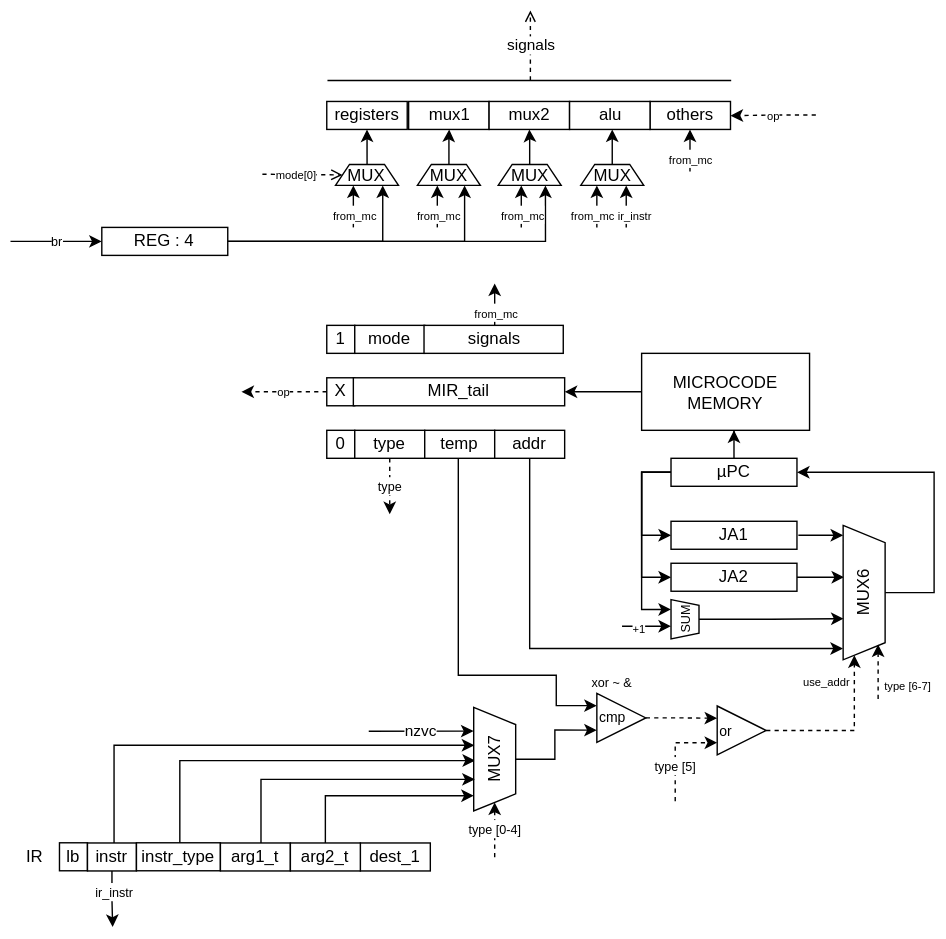
Before: docs/CU.svg, a diagram exported from draw.io (Not-N0w/csa-lab4). Source tidied: cells renumbered, new cells last; positions are measured from the earlier drawing's top-left corner, leaving out a move shared by most shapes.
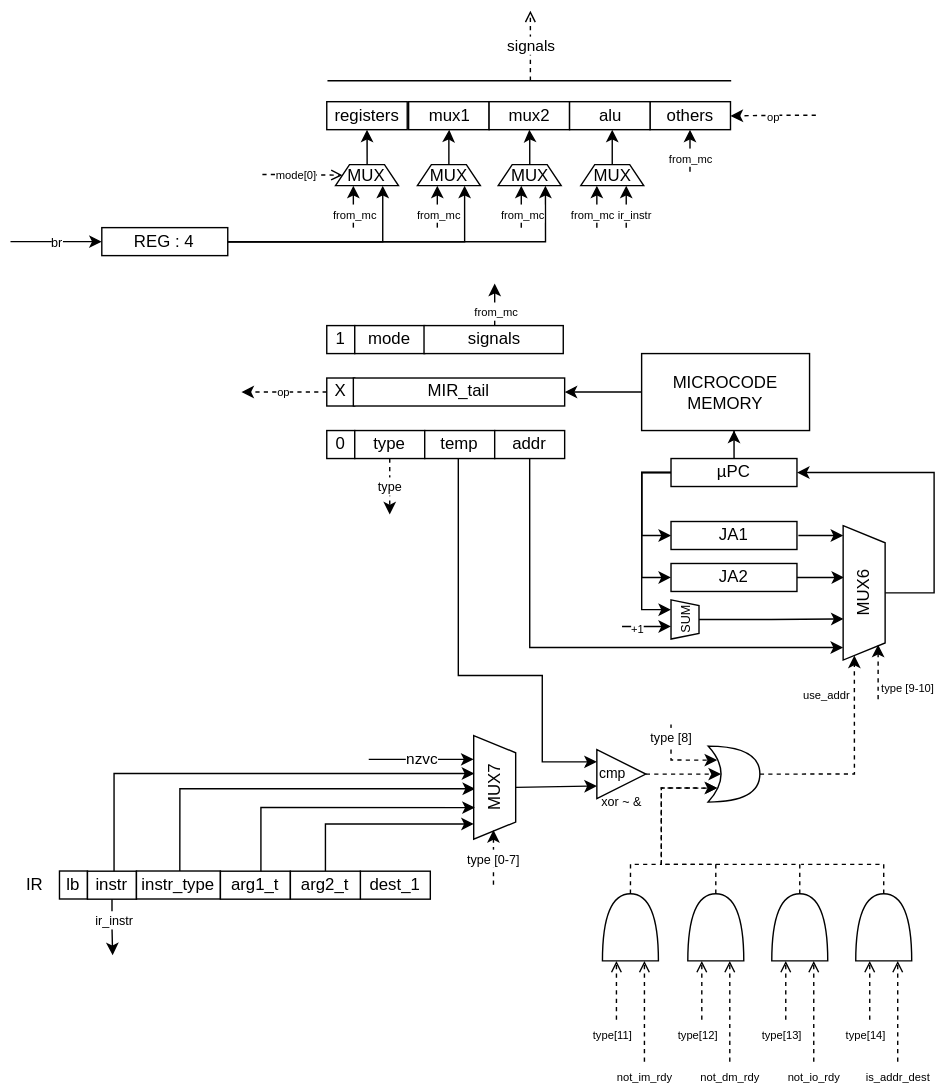
Above is the later version.

Diff of the diagram source:
```diff
@@ -9,7 +9,7 @@
       <mxGeometry x="451" y="245" width="120" height="55" as="geometry" />
     </mxCell>
     <mxCell id="4" value="&lt;font style=&quot;font-size: 8px;&quot;&gt;op&lt;/font&gt;" style="edgeStyle=orthogonalEdgeStyle;rounded=0;jettySize=auto;html=1;dashed=1;" parent="1" edge="1" source="5">
-      <mxGeometry relative="1" as="geometry">
+      <mxGeometry x="-0.01" relative="1" as="geometry">
         <mxPoint x="165" y="272.5" as="targetPoint" />
       </mxGeometry>
     </mxCell>
@@ -91,8 +91,8 @@
       <mxGeometry relative="1" as="geometry">
         <Array as="points">
           <mxPoint x="320" y="475" />
-          <mxPoint x="390" y="475" />
-          <mxPoint x="390" y="497" />
+          <mxPoint x="380" y="475" />
+          <mxPoint x="380" y="537" />
         </Array>
       </mxGeometry>
     </mxCell>
@@ -112,89 +112,89 @@
       </mxGeometry>
     </mxCell>
     <mxCell id="25" value="lb" style="rounded=0;whiteSpace=wrap;html=1;" parent="1" vertex="1">
-      <mxGeometry x="35" y="594.8" width="20" height="20" as="geometry" />
+      <mxGeometry x="35" y="614.8" width="20" height="20" as="geometry" />
     </mxCell>
     <mxCell id="26" value="&lt;font style=&quot;font-size: 9px;&quot;&gt;ir_instr&lt;/font&gt;" style="edgeStyle=orthogonalEdgeStyle;rounded=0;jettySize=auto;html=1;" parent="1" edge="1" source="27">
       <mxGeometry x="-0.26" relative="1" as="geometry">
-        <mxPoint x="73" y="655" as="targetPoint" />
+        <mxPoint x="73" y="675" as="targetPoint" />
         <mxPoint x="1" as="offset" />
       </mxGeometry>
     </mxCell>
     <mxCell id="27" value="instr" style="rounded=0;whiteSpace=wrap;html=1;" parent="1" vertex="1">
-      <mxGeometry x="55" y="594.9" width="35" height="20" as="geometry" />
+      <mxGeometry x="55" y="614.9" width="35" height="20" as="geometry" />
     </mxCell>
     <mxCell id="28" style="edgeStyle=orthogonalEdgeStyle;rounded=0;orthogonalLoop=1;jettySize=auto;html=1;entryX=0.5;entryY=1;entryDx=0;entryDy=0;" parent="1" edge="1">
       <mxGeometry relative="1" as="geometry">
-        <mxPoint x="121" y="595.8" as="sourcePoint" />
-        <mxPoint x="332" y="536" as="targetPoint" />
+        <mxPoint x="121" y="615.8" as="sourcePoint" />
+        <mxPoint x="332" y="556" as="targetPoint" />
         <Array as="points">
-          <mxPoint x="121" y="536" />
+          <mxPoint x="121" y="556" />
         </Array>
       </mxGeometry>
     </mxCell>
     <mxCell id="29" value="instr_type" style="rounded=0;whiteSpace=wrap;html=1;" parent="1" vertex="1">
-      <mxGeometry x="90" y="594.8" width="60" height="20" as="geometry" />
+      <mxGeometry x="90" y="614.8" width="60" height="20" as="geometry" />
     </mxCell>
     <mxCell id="30" value="dest_1" style="rounded=0;whiteSpace=wrap;html=1;" parent="1" vertex="1">
-      <mxGeometry x="250" y="594.9" width="50" height="20" as="geometry" />
+      <mxGeometry x="250" y="614.9" width="50" height="20" as="geometry" />
     </mxCell>
     <mxCell id="31" value="arg1_t" style="rounded=0;whiteSpace=wrap;html=1;" parent="1" vertex="1">
-      <mxGeometry x="150" y="594.9" width="50" height="20" as="geometry" />
+      <mxGeometry x="150" y="614.9" width="50" height="20" as="geometry" />
     </mxCell>
     <mxCell id="32" style="edgeStyle=orthogonalEdgeStyle;rounded=0;jettySize=auto;html=1;entryX=0.853;entryY=0.997;entryDx=0;entryDy=0;entryPerimeter=0;" parent="1" edge="1" source="33" target="36">
       <mxGeometry relative="1" as="geometry">
         <Array as="points">
-          <mxPoint x="225" y="561" />
+          <mxPoint x="225" y="581" />
         </Array>
       </mxGeometry>
     </mxCell>
     <mxCell id="33" value="arg2_t" style="rounded=0;whiteSpace=wrap;html=1;" parent="1" vertex="1">
-      <mxGeometry x="200" y="594.9" width="50" height="20" as="geometry" />
+      <mxGeometry x="200" y="614.9" width="50" height="20" as="geometry" />
     </mxCell>
     <mxCell id="34" value="IR" style="text;html=1;whiteSpace=wrap;strokeColor=none;fillColor=none;align=center;verticalAlign=middle;rounded=0;" parent="1" vertex="1">
-      <mxGeometry x="5" y="590" width="25" height="30" as="geometry" />
+      <mxGeometry x="5" y="609.8" width="25" height="30" as="geometry" />
     </mxCell>
-    <mxCell id="35" style="edgeStyle=orthogonalEdgeStyle;rounded=0;jettySize=auto;html=1;entryX=0;entryY=0.75;entryDx=0;entryDy=0;" parent="1" edge="1" source="36" target="43">
+    <mxCell id="35" style="edgeStyle=orthogonalEdgeStyle;rounded=0;jettySize=auto;html=1;entryX=0;entryY=0.75;entryDx=0;entryDy=0;exitX=0.5;exitY=0;exitDx=0;exitDy=0;" parent="1" edge="1" source="36" target="43">
       <mxGeometry relative="1" as="geometry">
         <Array as="points">
-          <mxPoint x="389" y="535" />
-          <mxPoint x="389" y="515" />
-          <mxPoint x="419" y="515" />
+          <mxPoint x="361" y="554" />
+          <mxPoint x="419" y="554" />
         </Array>
       </mxGeometry>
     </mxCell>
     <mxCell id="36" value="MUX7" style="shape=trapezoid;perimeter=trapezoidPerimeter;whiteSpace=wrap;html=1;fixedSize=1;direction=west;rotation=-90;size=12.239999999999782;" parent="1" vertex="1">
-      <mxGeometry x="309" y="520" width="74" height="30" as="geometry" />
+      <mxGeometry x="309" y="540" width="74" height="30" as="geometry" />
     </mxCell>
     <mxCell id="37" style="edgeStyle=orthogonalEdgeStyle;rounded=0;jettySize=auto;html=1;entryX=0.695;entryY=0.973;entryDx=0;entryDy=0;entryPerimeter=0;" parent="1" edge="1" source="31" target="36">
       <mxGeometry relative="1" as="geometry">
         <Array as="points">
-          <mxPoint x="179" y="549" />
+          <mxPoint x="179" y="569" />
         </Array>
       </mxGeometry>
     </mxCell>
     <mxCell id="38" style="edgeStyle=orthogonalEdgeStyle;rounded=0;jettySize=auto;html=1;entryX=0.366;entryY=0.985;entryDx=0;entryDy=0;entryPerimeter=0;" parent="1" edge="1" source="27" target="36">
       <mxGeometry relative="1" as="geometry">
         <Array as="points">
-          <mxPoint x="74" y="525" />
+          <mxPoint x="74" y="545" />
         </Array>
       </mxGeometry>
     </mxCell>
     <mxCell id="39" value="nzvc" style="endArrow=classic;html=1;rounded=0;entryX=0.229;entryY=1.07;entryDx=0;entryDy=0;entryPerimeter=0;" parent="1" edge="1">
       <mxGeometry relative="1" as="geometry">
-        <mxPoint x="256" y="515" as="sourcePoint" />
-        <mxPoint x="330.9" y="514.9" as="targetPoint" />
+        <mxPoint x="256" y="535" as="sourcePoint" />
+        <mxPoint x="330.9" y="534.9" as="targetPoint" />
       </mxGeometry>
     </mxCell>
-    <mxCell id="40" value="&lt;font style=&quot;font-size: 9px;&quot;&gt;type [0-4]&lt;/font&gt;" style="edgeStyle=orthogonalEdgeStyle;rounded=0;jettySize=auto;html=1;dashed=1;entryX=1;entryY=0.5;entryDx=0;entryDy=0;" parent="1" edge="1" target="36">
-      <mxGeometry relative="1" as="geometry">
-        <mxPoint x="346" y="605" as="sourcePoint" />
+    <mxCell id="40" value="&lt;font style=&quot;font-size: 9px;&quot;&gt;type [0-7&lt;/font&gt;&lt;span style=&quot;font-size: 9px; background-color: light-dark(#ffffff, var(--ge-dark-color, #121212)); color: light-dark(rgb(0, 0, 0), rgb(255, 255, 255));&quot;&gt;]&lt;/span&gt;" style="edgeStyle=orthogonalEdgeStyle;rounded=0;orthogonalLoop=1;jettySize=auto;html=1;dashed=1;entryX=1;entryY=0.5;entryDx=0;entryDy=0;" parent="1" edge="1">
+      <mxGeometry x="-0.02" relative="1" as="geometry">
+        <mxPoint x="345.1" y="624.6" as="sourcePoint" />
+        <mxPoint x="345.1" y="585.4" as="targetPoint" />
         <Array as="points">
-          <mxPoint x="346" y="605" />
+          <mxPoint x="345.1" y="624.6" />
         </Array>
       </mxGeometry>
     </mxCell>
-    <mxCell id="41" value="&lt;font style=&quot;font-size: 8px;&quot;&gt;type [6-7]&lt;/font&gt;" style="edgeStyle=orthogonalEdgeStyle;rounded=0;orthogonalLoop=1;jettySize=auto;html=1;dashed=1;entryX=1;entryY=0.5;entryDx=0;entryDy=0;" parent="1" edge="1">
+    <mxCell id="41" value="&lt;font style=&quot;font-size: 8px;&quot;&gt;type [9-10]&lt;/font&gt;" style="edgeStyle=orthogonalEdgeStyle;rounded=0;orthogonalLoop=1;jettySize=auto;html=1;dashed=1;entryX=1;entryY=0.5;entryDx=0;entryDy=0;" parent="1" edge="1">
       <mxGeometry x="-0.5" y="-21" relative="1" as="geometry">
         <mxPoint x="620" y="492" as="sourcePoint" />
         <mxPoint x="620" y="453" as="targetPoint" />
@@ -203,31 +203,32 @@
         </Array>
       </mxGeometry>
     </mxCell>
-    <mxCell id="42" style="edgeStyle=orthogonalEdgeStyle;rounded=0;jettySize=auto;html=1;entryX=0;entryY=0.25;entryDx=0;entryDy=0;dashed=1;" parent="1" edge="1" source="43" target="47">
+    <mxCell id="42" style="edgeStyle=orthogonalEdgeStyle;rounded=0;jettySize=auto;html=1;dashed=1;entryX=0.25;entryY=0.5;entryDx=0;entryDy=0;entryPerimeter=0;" parent="1" edge="1" source="43" target="107">
       <mxGeometry relative="1" as="geometry" />
     </mxCell>
     <mxCell id="43" value="&lt;font style=&quot;font-size: 10px;&quot;&gt;cmp&lt;/font&gt;" style="triangle;whiteSpace=wrap;html=1;align=left;" parent="1" vertex="1">
-      <mxGeometry x="419" y="488" width="35" height="35" as="geometry" />
+      <mxGeometry x="419" y="528" width="35" height="35" as="geometry" />
     </mxCell>
     <mxCell id="44" value="&lt;font style=&quot;font-size: 9px;&quot;&gt;xor ~ &amp;amp;&lt;/font&gt;" style="text;html=1;whiteSpace=wrap;strokeColor=none;fillColor=none;align=center;verticalAlign=middle;rounded=0;" parent="1" vertex="1">
-      <mxGeometry x="400" y="465" width="60" height="30" as="geometry" />
+      <mxGeometry x="406.5" y="550" width="60" height="30" as="geometry" />
     </mxCell>
-    <mxCell id="45" style="edgeStyle=orthogonalEdgeStyle;rounded=0;jettySize=auto;html=1;dashed=1;entryX=1;entryY=0.75;entryDx=0;entryDy=0;" parent="1" edge="1" source="47" target="16">
-      <mxGeometry relative="1" as="geometry" />
+    <mxCell id="45" style="edgeStyle=orthogonalEdgeStyle;rounded=0;jettySize=auto;html=1;dashed=1;entryX=1;entryY=0.75;entryDx=0;entryDy=0;exitX=1;exitY=0.5;exitDx=0;exitDy=0;exitPerimeter=0;" parent="1" edge="1" source="107" target="16">
+      <mxGeometry relative="1" as="geometry">
+        <Array as="points">
+          <mxPoint x="603" y="546" />
+        </Array>
+      </mxGeometry>
     </mxCell>
     <mxCell id="46" value="&lt;font style=&quot;font-size: 8px;&quot;&gt;use_addr&lt;/font&gt;" style="edgeLabel;html=1;align=center;verticalAlign=middle;" parent="45" vertex="1">
       <mxGeometry x="0.52" y="1" relative="1" as="geometry">
         <mxPoint x="-20" y="-10" as="offset" />
       </mxGeometry>
     </mxCell>
-    <mxCell id="47" value="&lt;font style=&quot;font-size: 10px;&quot;&gt;or&lt;/font&gt;" style="triangle;whiteSpace=wrap;html=1;align=left;" parent="1" vertex="1">
-      <mxGeometry x="505" y="497" width="35" height="35" as="geometry" />
-    </mxCell>
-    <mxCell id="48" value="&lt;font style=&quot;font-size: 9px;&quot;&gt;type [5]&lt;/font&gt;" style="edgeStyle=orthogonalEdgeStyle;rounded=0;jettySize=auto;html=1;dashed=1;entryX=0;entryY=0.75;entryDx=0;entryDy=0;" parent="1" edge="1" target="47">
-      <mxGeometry x="-0.3" relative="1" as="geometry">
-        <mxPoint x="475" y="565" as="sourcePoint" />
+    <mxCell id="48" value="&lt;font style=&quot;font-size: 9px;&quot;&gt;type [8]&lt;/font&gt;" style="edgeStyle=orthogonalEdgeStyle;rounded=0;jettySize=auto;html=1;dashed=1;entryX=0.175;entryY=0.25;entryDx=0;entryDy=0;entryPerimeter=0;" parent="1" edge="1" target="107">
+      <mxGeometry x="-0.66" relative="1" as="geometry">
+        <mxPoint x="472" y="510" as="sourcePoint" />
         <Array as="points">
-          <mxPoint x="475" y="523" />
+          <mxPoint x="472" y="536" />
         </Array>
       </mxGeometry>
     </mxCell>
@@ -424,5 +425,102 @@
         <mxPoint x="514.5" y="75.2" as="targetPoint" />
       </mxGeometry>
     </mxCell>
+    <mxCell id="93" value="&lt;font style=&quot;font-size: 8px;&quot;&gt;not_im_rdy&lt;/font&gt;" style="endArrow=open;html=1;rounded=0;dashed=1;endFill=0;entryX=0;entryY=0.75;entryDx=0;entryDy=0;entryPerimeter=0;" parent="1" edge="1" target="95">
+      <mxGeometry x="-1" y="10" relative="1" as="geometry">
+        <mxPoint x="453" y="751" as="sourcePoint" />
+        <mxPoint x="10" y="10" as="offset" />
+      </mxGeometry>
+    </mxCell>
+    <mxCell id="94" value="&lt;font style=&quot;font-size: 8px;&quot;&gt;type[11]&lt;/font&gt;" style="endArrow=open;html=1;rounded=0;dashed=1;endFill=0;entryX=0;entryY=0.25;entryDx=0;entryDy=0;entryPerimeter=0;" parent="1" edge="1" target="95">
+      <mxGeometry x="-1" y="10" relative="1" as="geometry">
+        <mxPoint x="433" y="721" as="sourcePoint" />
+        <mxPoint x="7" y="10" as="offset" />
+      </mxGeometry>
+    </mxCell>
+    <mxCell id="95" style="shape=or;whiteSpace=wrap;html=1;rotation=-90;" parent="1" vertex="1">
+      <mxGeometry x="419" y="635" width="48" height="40" as="geometry" />
+    </mxCell>
+    <mxCell id="96" value="&lt;font style=&quot;font-size: 8px;&quot;&gt;not_dm_rdy&lt;/font&gt;" style="endArrow=open;html=1;rounded=0;dashed=1;endFill=0;entryX=0;entryY=0.75;entryDx=0;entryDy=0;entryPerimeter=0;" parent="1" edge="1" target="98">
+      <mxGeometry x="-1" y="-10" relative="1" as="geometry">
+        <mxPoint x="514" y="751" as="sourcePoint" />
+        <mxPoint x="-10" y="10" as="offset" />
+      </mxGeometry>
+    </mxCell>
+    <mxCell id="97" value="&lt;font style=&quot;font-size: 8px;&quot;&gt;type[12]&lt;/font&gt;" style="endArrow=open;html=1;rounded=0;dashed=1;endFill=0;entryX=0;entryY=0.25;entryDx=0;entryDy=0;entryPerimeter=0;" parent="1" edge="1" target="98">
+      <mxGeometry x="-1" y="10" relative="1" as="geometry">
+        <mxPoint x="494" y="721" as="sourcePoint" />
+        <mxPoint x="7" y="10" as="offset" />
+      </mxGeometry>
+    </mxCell>
+    <mxCell id="98" style="shape=or;whiteSpace=wrap;html=1;rotation=-90;" parent="1" vertex="1">
+      <mxGeometry x="480" y="635" width="48" height="40" as="geometry" />
+    </mxCell>
+    <mxCell id="99" value="&lt;font style=&quot;font-size: 8px;&quot;&gt;not_io_rdy&lt;/font&gt;" style="endArrow=open;html=1;rounded=0;dashed=1;endFill=0;entryX=0;entryY=0.75;entryDx=0;entryDy=0;entryPerimeter=0;" parent="1" edge="1" target="102">
+      <mxGeometry x="-1" y="-10" relative="1" as="geometry">
+        <mxPoint x="574" y="751" as="sourcePoint" />
+        <mxPoint x="-10" y="10" as="offset" />
+      </mxGeometry>
+    </mxCell>
+    <mxCell id="100" value="&lt;font style=&quot;font-size: 8px;&quot;&gt;type[13]&lt;/font&gt;" style="endArrow=open;html=1;rounded=0;dashed=1;endFill=0;entryX=0;entryY=0.25;entryDx=0;entryDy=0;entryPerimeter=0;" parent="1" edge="1" target="102">
+      <mxGeometry x="-1" y="10" relative="1" as="geometry">
+        <mxPoint x="554" y="721" as="sourcePoint" />
+        <mxPoint x="7" y="10" as="offset" />
+      </mxGeometry>
+    </mxCell>
+    <mxCell id="101" style="edgeStyle=orthogonalEdgeStyle;rounded=0;jettySize=auto;html=1;endArrow=none;endFill=0;dashed=1;" parent="1" edge="1" source="102">
+      <mxGeometry relative="1" as="geometry">
+        <mxPoint x="465" y="610" as="targetPoint" />
+        <Array as="points">
+          <mxPoint x="564" y="610" />
+        </Array>
+      </mxGeometry>
+    </mxCell>
+    <mxCell id="102" style="shape=or;whiteSpace=wrap;html=1;rotation=-90;" parent="1" vertex="1">
+      <mxGeometry x="540" y="635" width="48" height="40" as="geometry" />
+    </mxCell>
+    <mxCell id="103" value="&lt;span style=&quot;font-size: 8px;&quot;&gt;is_addr_dest&lt;/span&gt;" style="endArrow=open;html=1;rounded=0;dashed=1;endFill=0;entryX=0;entryY=0.75;entryDx=0;entryDy=0;entryPerimeter=0;" parent="1" edge="1" target="106">
+      <mxGeometry x="-1" y="-10" relative="1" as="geometry">
+        <mxPoint x="634" y="751" as="sourcePoint" />
+        <mxPoint x="-10" y="10" as="offset" />
+      </mxGeometry>
+    </mxCell>
+    <mxCell id="104" value="&lt;font style=&quot;font-size: 8px;&quot;&gt;type[14]&lt;/font&gt;" style="endArrow=open;html=1;rounded=0;dashed=1;endFill=0;entryX=0;entryY=0.25;entryDx=0;entryDy=0;entryPerimeter=0;" parent="1" edge="1" target="106">
+      <mxGeometry x="-1" y="10" relative="1" as="geometry">
+        <mxPoint x="614" y="721" as="sourcePoint" />
+        <mxPoint x="7" y="10" as="offset" />
+      </mxGeometry>
+    </mxCell>
+    <mxCell id="105" style="edgeStyle=orthogonalEdgeStyle;rounded=0;jettySize=auto;html=1;endArrow=none;endFill=0;dashed=1;" parent="1" edge="1" source="106">
+      <mxGeometry relative="1" as="geometry">
+        <mxPoint x="565" y="610" as="targetPoint" />
+        <Array as="points">
+          <mxPoint x="624" y="610" />
+        </Array>
+      </mxGeometry>
+    </mxCell>
+    <mxCell id="106" style="shape=or;whiteSpace=wrap;html=1;rotation=-90;" parent="1" vertex="1">
+      <mxGeometry x="600" y="635" width="48" height="40" as="geometry" />
+    </mxCell>
+    <mxCell id="107" style="shape=xor;whiteSpace=wrap;html=1;" parent="1" vertex="1">
+      <mxGeometry x="498.5" y="525.5" width="37" height="40" as="geometry" />
+    </mxCell>
+    <mxCell id="108" style="edgeStyle=orthogonalEdgeStyle;rounded=0;jettySize=auto;html=1;dashed=1;entryX=0.175;entryY=0.75;entryDx=0;entryDy=0;entryPerimeter=0;exitX=1;exitY=0.5;exitDx=0;exitDy=0;exitPerimeter=0;endArrow=open;endFill=0;" parent="1" edge="1" source="95" target="107">
+      <mxGeometry relative="1" as="geometry">
+        <Array as="points">
+          <mxPoint x="443" y="610" />
+          <mxPoint x="465" y="610" />
+          <mxPoint x="465" y="556" />
+        </Array>
+      </mxGeometry>
+    </mxCell>
+    <mxCell id="109" style="edgeStyle=orthogonalEdgeStyle;rounded=0;jettySize=auto;html=1;entryX=0.175;entryY=0.75;entryDx=0;entryDy=0;entryPerimeter=0;dashed=1;endArrow=classic;endFill=1;" parent="1" edge="1" source="98" target="107">
+      <mxGeometry relative="1" as="geometry">
+        <Array as="points">
+          <mxPoint x="504" y="610" />
+          <mxPoint x="465" y="610" />
+          <mxPoint x="465" y="556" />
+        </Array>
+      </mxGeometry>
+    </mxCell>
   </root>
 </mxGraphModel>
```
